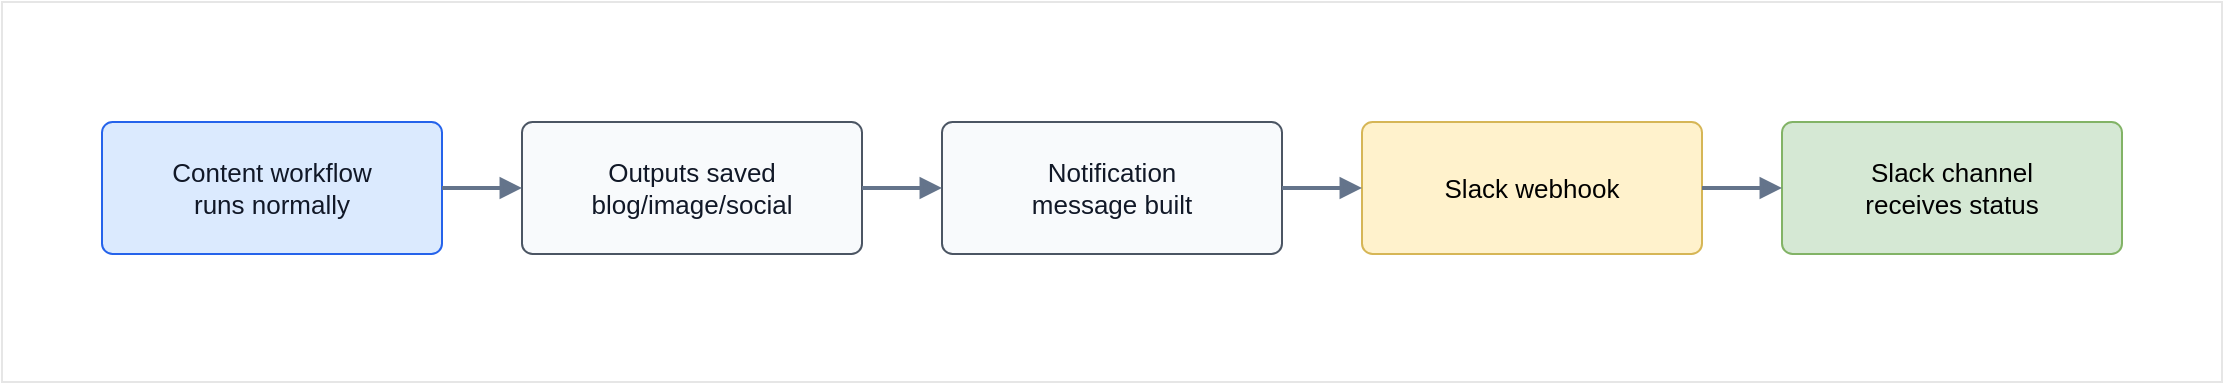
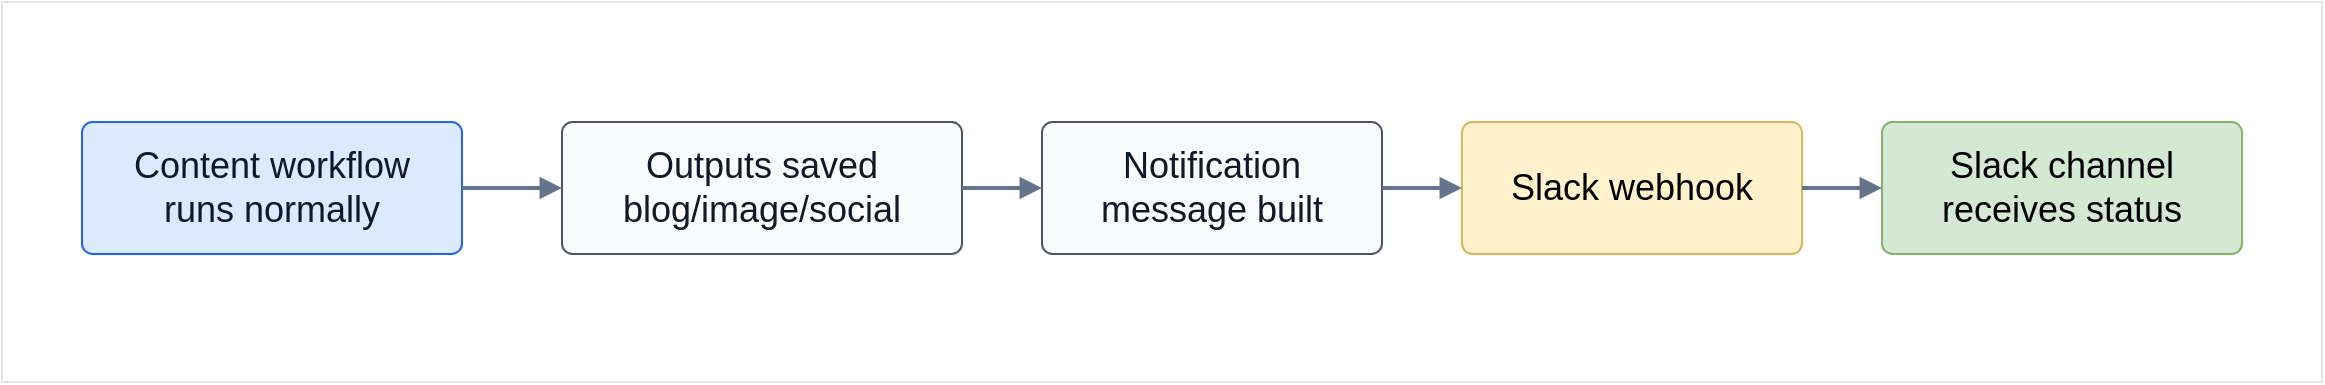
<mxfile host="Electron" agent="Mozilla/5.0 (Windows NT 10.0; Win64; x64) AppleWebKit/537.36 (KHTML, like Gecko) draw.io/29.5.2 Chrome/142.0.7444.265 Electron/39.6.1 Safari/537.36" version="29.5.2">
  <diagram id="slack-integration-for-ai-workflows" name="Slack Integration for AI Workflows">
    <mxGraphModel dx="2429" dy="766" grid="1" gridSize="10" guides="1" tooltips="1" connect="1" arrows="1" fold="1" page="1" pageScale="1" pageWidth="1120" pageHeight="520" math="0" shadow="0">
      <root>
        <mxCell id="0" />
        <mxCell id="1" parent="0" />
        <mxCell id="q17zfYF-VCY9Hm-5rZOA-1" parent="1" style="rounded=0;whiteSpace=wrap;html=1;strokeColor=#E6E6E6;" value="" vertex="1">
-           <mxGeometry height="190" width="1110" x="-10" y="120" as="geometry" />
+           <mxGeometry height="190" width="1160" x="-60" y="120" as="geometry" />
        </mxCell>
-         <mxCell id="id2" parent="1" style="rounded=1;whiteSpace=wrap;html=1;arcSize=8;strokeColor=#2563eb;fillColor=#dbeafe;fontColor=#111827;fontSize=13;spacing=10;" value="Content workflow&lt;br&gt;runs normally" vertex="1">
-           <mxGeometry height="66" width="170" x="40" y="180" as="geometry" />
+         <mxCell id="id2" parent="1" style="rounded=1;whiteSpace=wrap;html=1;arcSize=8;strokeColor=#2563eb;fillColor=#dbeafe;fontColor=#111827;fontSize=18;spacing=10;" value="Content workflow&lt;br&gt;runs normally" vertex="1">
+           <mxGeometry height="66" width="190" x="-20" y="180" as="geometry" />
        </mxCell>
-         <mxCell id="id3" parent="1" style="rounded=1;whiteSpace=wrap;html=1;arcSize=8;strokeColor=#4b5563;fillColor=#f8fafc;fontColor=#111827;fontSize=13;spacing=10;" value="Outputs saved&lt;br&gt;blog/image/social" vertex="1">
-           <mxGeometry height="66" width="170" x="250" y="180" as="geometry" />
+         <mxCell id="id3" parent="1" style="rounded=1;whiteSpace=wrap;html=1;arcSize=8;strokeColor=#4b5563;fillColor=#f8fafc;fontColor=#111827;fontSize=18;spacing=10;" value="Outputs saved&lt;br&gt;blog/image/social" vertex="1">
+           <mxGeometry height="66" width="200" x="220" y="180" as="geometry" />
        </mxCell>
-         <mxCell id="id4" parent="1" style="rounded=1;whiteSpace=wrap;html=1;arcSize=8;strokeColor=#4b5563;fillColor=#f8fafc;fontColor=#111827;fontSize=13;spacing=10;" value="Notification&lt;br&gt;message built" vertex="1">
+         <mxCell id="id4" parent="1" style="rounded=1;whiteSpace=wrap;html=1;arcSize=8;strokeColor=#4b5563;fillColor=#f8fafc;fontColor=#111827;fontSize=18;spacing=10;" value="Notification&lt;br&gt;message built" vertex="1">
          <mxGeometry height="66" width="170" x="460" y="180" as="geometry" />
        </mxCell>
-         <mxCell id="id5" parent="1" style="rounded=1;whiteSpace=wrap;html=1;arcSize=8;strokeColor=#d6b656;fillColor=#fff2cc;fontSize=13;spacing=10;" value="Slack webhook" vertex="1">
+         <mxCell id="id5" parent="1" style="rounded=1;whiteSpace=wrap;html=1;arcSize=8;strokeColor=#d6b656;fillColor=#fff2cc;fontSize=18;spacing=10;" value="Slack webhook" vertex="1">
          <mxGeometry height="66" width="170" x="670" y="180" as="geometry" />
        </mxCell>
-         <mxCell id="id6" parent="1" style="rounded=1;whiteSpace=wrap;html=1;arcSize=8;strokeColor=#82b366;fillColor=#d5e8d4;fontSize=13;spacing=10;" value="Slack channel&lt;br&gt;receives status" vertex="1">
-           <mxGeometry height="66" width="170" x="880" y="180" as="geometry" />
+         <mxCell id="id6" parent="1" style="rounded=1;whiteSpace=wrap;html=1;arcSize=8;strokeColor=#82b366;fillColor=#d5e8d4;fontSize=18;spacing=10;" value="Slack channel&lt;br&gt;receives status" vertex="1">
+           <mxGeometry height="66" width="180" x="880" y="180" as="geometry" />
        </mxCell>
        <mxCell id="id7" edge="1" parent="1" source="id2" style="endArrow=block;html=1;rounded=0;strokeWidth=2;strokeColor=#64748b;fontColor=#475569;fontSize=11;" target="id3" value="">
          <mxGeometry relative="1" as="geometry" />
        </mxCell>
        <mxCell id="id8" edge="1" parent="1" source="id3" style="endArrow=block;html=1;rounded=0;strokeWidth=2;strokeColor=#64748b;fontColor=#475569;fontSize=11;" target="id4" value="">
          <mxGeometry relative="1" as="geometry" />
        </mxCell>
        <mxCell id="id9" edge="1" parent="1" source="id4" style="endArrow=block;html=1;rounded=0;strokeWidth=2;strokeColor=#64748b;fontColor=#475569;fontSize=11;" target="id5" value="">
          <mxGeometry relative="1" as="geometry" />
        </mxCell>
        <mxCell id="id10" edge="1" parent="1" source="id5" style="endArrow=block;html=1;rounded=0;strokeWidth=2;strokeColor=#64748b;fontColor=#475569;fontSize=11;" target="id6" value="">
          <mxGeometry relative="1" as="geometry" />
        </mxCell>
      </root>
    </mxGraphModel>
  </diagram>
</mxfile>
